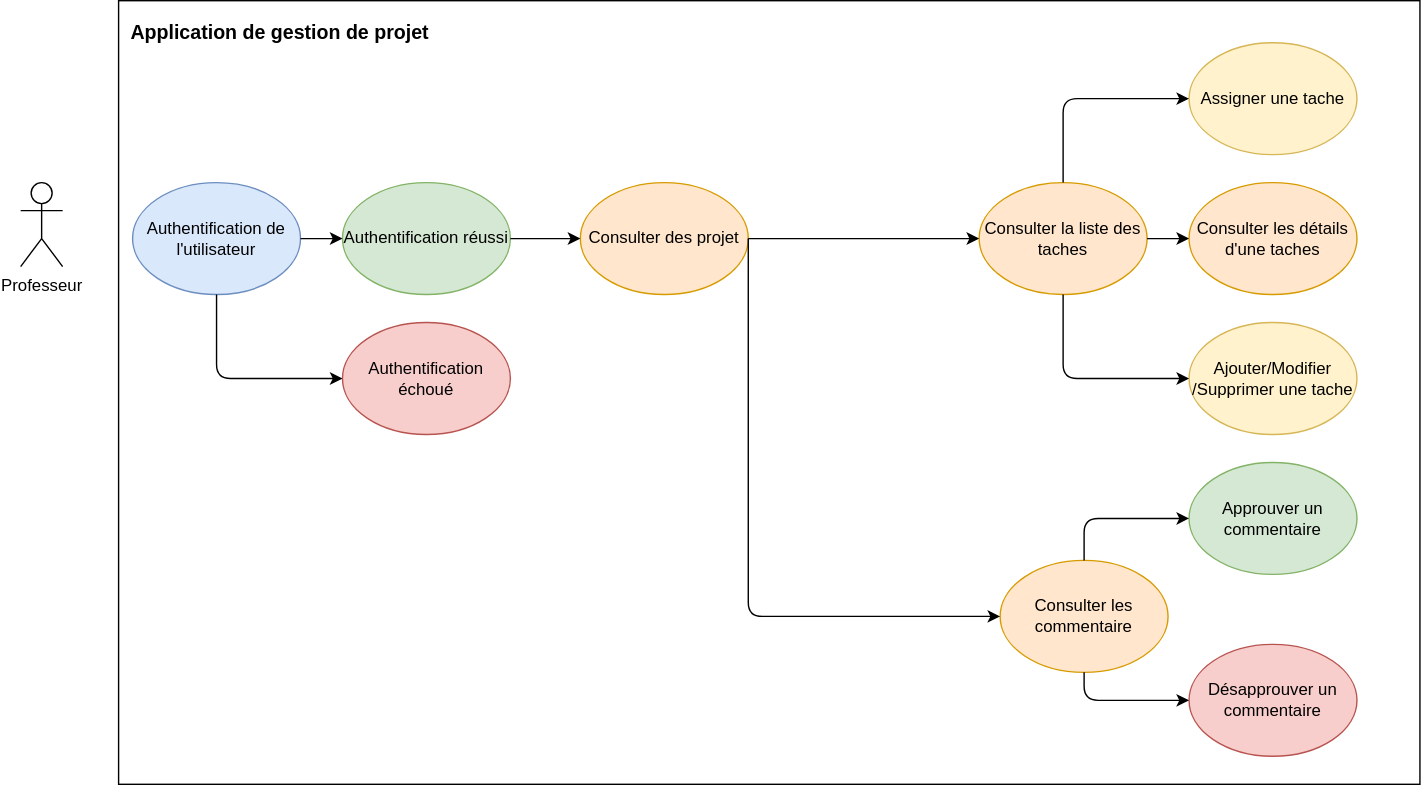
Before: DCU/DCU_Professeur.svg, a diagram exported from draw.io (EducaOps/EducaOps). Source tidied: cells renumbered, new cells last; positions are measured from the earlier drawing's top-left corner, leaving out a move shared by most shapes. Its diagram source:
```xml
<mxGraphModel background="#ffffff">
  <root>
    <mxCell id="0" />
    <mxCell id="1" parent="0" />
    <mxCell id="2" value="Professeur" style="shape=umlActor;verticalLabelPosition=bottom;verticalAlign=top;html=1;" parent="1" vertex="1">
      <mxGeometry y="130" width="30" height="60" as="geometry" />
    </mxCell>
    <mxCell id="3" style="rounded=0;whiteSpace=wrap;html=1;align=left;" parent="1" vertex="1">
      <mxGeometry x="70" width="930" height="560" as="geometry" />
    </mxCell>
    <mxCell id="4" value="Consulter des projet" style="ellipse;whiteSpace=wrap;html=1;fillColor=#ffe6cc;strokeColor=#d79b00;" parent="1" vertex="1">
      <mxGeometry x="400" y="130" width="120" height="80" as="geometry" />
    </mxCell>
    <mxCell id="5" value="&lt;font style=&quot;font-size: 14px&quot;&gt;Application de gestion de projet&lt;/font&gt;" style="text;strokeColor=none;fillColor=none;html=1;fontSize=24;fontStyle=1;verticalAlign=middle;align=center;" parent="1" vertex="1">
      <mxGeometry x="70" width="230" height="40" as="geometry" />
    </mxCell>
    <mxCell id="6" value="Consulter la liste des taches" style="ellipse;whiteSpace=wrap;html=1;fillColor=#ffe6cc;strokeColor=#d79b00;" parent="1" vertex="1">
      <mxGeometry x="685" y="130" width="120" height="80" as="geometry" />
    </mxCell>
    <mxCell id="7" value="Consulter les détails d'une taches" style="ellipse;whiteSpace=wrap;html=1;fillColor=#ffe6cc;strokeColor=#d79b00;" parent="1" vertex="1">
      <mxGeometry x="835" y="130" width="120" height="80" as="geometry" />
    </mxCell>
    <mxCell id="8" value="Ajouter/Modifier&lt;br&gt;/Supprimer une tache" style="ellipse;whiteSpace=wrap;html=1;fillColor=#fff2cc;strokeColor=#d6b656;" parent="1" vertex="1">
      <mxGeometry x="835" y="230" width="120" height="80" as="geometry" />
    </mxCell>
    <mxCell id="9" style="endArrow=classic;html=1;exitX=1;exitY=0.5;exitDx=0;exitDy=0;entryX=0;entryY=0.5;entryDx=0;entryDy=0;" parent="1" edge="1" source="4" target="6">
      <mxGeometry relative="1" as="geometry" />
    </mxCell>
    <mxCell id="10" style="endArrow=classic;html=1;exitX=1;exitY=0.5;exitDx=0;exitDy=0;" parent="1" edge="1" source="6" target="7">
      <mxGeometry relative="1" as="geometry" />
    </mxCell>
    <mxCell id="11" style="edgeStyle=elbowEdgeStyle;elbow=vertical;endArrow=classic;html=1;entryX=0;entryY=0.5;entryDx=0;entryDy=0;exitX=0.5;exitY=1;exitDx=0;exitDy=0;" parent="1" edge="1" source="6" target="8">
      <mxGeometry relative="1" as="geometry">
        <Array as="points">
          <mxPoint x="740" y="270" />
          <mxPoint x="660" y="270" />
        </Array>
      </mxGeometry>
    </mxCell>
    <mxCell id="12" value="Authentification de l'utilisateur" style="ellipse;whiteSpace=wrap;html=1;fillColor=#dae8fc;strokeColor=#6c8ebf;" parent="1" vertex="1">
      <mxGeometry x="80" y="130" width="120" height="80" as="geometry" />
    </mxCell>
    <mxCell id="13" value="Authentification réussi" style="ellipse;whiteSpace=wrap;html=1;fillColor=#d5e8d4;strokeColor=#82b366;" parent="1" vertex="1">
      <mxGeometry x="230" y="130" width="120" height="80" as="geometry" />
    </mxCell>
    <mxCell id="14" style="endArrow=classic;html=1;exitX=1;exitY=0.5;exitDx=0;exitDy=0;entryX=0;entryY=0.5;entryDx=0;entryDy=0;" parent="1" edge="1" source="12" target="13">
      <mxGeometry relative="1" as="geometry" />
    </mxCell>
    <mxCell id="15" style="endArrow=classic;html=1;exitX=1;exitY=0.5;exitDx=0;exitDy=0;entryX=0;entryY=0.5;entryDx=0;entryDy=0;" parent="1" edge="1" source="13" target="4">
      <mxGeometry relative="1" as="geometry" />
    </mxCell>
    <mxCell id="16" value="Authentification échoué" style="ellipse;whiteSpace=wrap;html=1;fillColor=#f8cecc;strokeColor=#b85450;" parent="1" vertex="1">
      <mxGeometry x="230" y="230" width="120" height="80" as="geometry" />
    </mxCell>
    <mxCell id="17" style="edgeStyle=elbowEdgeStyle;elbow=vertical;endArrow=classic;html=1;entryX=0;entryY=0.5;entryDx=0;entryDy=0;exitX=0.5;exitY=1;exitDx=0;exitDy=0;" parent="1" edge="1" source="12" target="16">
      <mxGeometry relative="1" as="geometry">
        <Array as="points">
          <mxPoint x="180" y="270" />
        </Array>
      </mxGeometry>
    </mxCell>
    <mxCell id="18" value="Assigner une tache" style="ellipse;whiteSpace=wrap;html=1;fillColor=#fff2cc;strokeColor=#d6b656;" parent="1" vertex="1">
      <mxGeometry x="835" y="30" width="120" height="80" as="geometry" />
    </mxCell>
    <mxCell id="19" style="edgeStyle=elbowEdgeStyle;elbow=vertical;endArrow=classic;html=1;entryX=0;entryY=0.5;entryDx=0;entryDy=0;exitX=0.5;exitY=0;exitDx=0;exitDy=0;" parent="1" edge="1" source="6" target="18">
      <mxGeometry relative="1" as="geometry">
        <Array as="points">
          <mxPoint x="745" y="70" />
          <mxPoint x="680" y="90" />
        </Array>
      </mxGeometry>
    </mxCell>
    <mxCell id="20" value="Consulter les commentaire" style="ellipse;whiteSpace=wrap;html=1;fillColor=#ffe6cc;strokeColor=#d79b00;" parent="1" vertex="1">
      <mxGeometry x="700" y="400" width="120" height="80" as="geometry" />
    </mxCell>
    <mxCell id="21" value="Approuver un commentaire" style="ellipse;whiteSpace=wrap;html=1;fillColor=#d5e8d4;strokeColor=#82b366;" parent="1" vertex="1">
      <mxGeometry x="835" y="330" width="120" height="80" as="geometry" />
    </mxCell>
    <mxCell id="22" value="Désapprouver un commentaire" style="ellipse;whiteSpace=wrap;html=1;fillColor=#f8cecc;strokeColor=#b85450;" parent="1" vertex="1">
      <mxGeometry x="835" y="460" width="120" height="80" as="geometry" />
    </mxCell>
    <mxCell id="23" style="edgeStyle=elbowEdgeStyle;elbow=vertical;endArrow=classic;html=1;entryX=0;entryY=0.5;entryDx=0;entryDy=0;exitX=1;exitY=0.5;exitDx=0;exitDy=0;" parent="1" edge="1" source="4" target="20">
      <mxGeometry relative="1" as="geometry">
        <Array as="points">
          <mxPoint x="600" y="440" />
          <mxPoint x="440" y="400" />
          <mxPoint x="355" y="290" />
        </Array>
      </mxGeometry>
    </mxCell>
    <mxCell id="24" style="edgeStyle=elbowEdgeStyle;elbow=vertical;endArrow=classic;html=1;entryX=0;entryY=0.5;entryDx=0;entryDy=0;exitX=0.5;exitY=1;exitDx=0;exitDy=0;" parent="1" edge="1" source="20" target="22">
      <mxGeometry relative="1" as="geometry">
        <Array as="points">
          <mxPoint x="770" y="500" />
        </Array>
      </mxGeometry>
    </mxCell>
    <mxCell id="25" style="edgeStyle=elbowEdgeStyle;elbow=vertical;endArrow=classic;html=1;entryX=0;entryY=0.5;entryDx=0;entryDy=0;exitX=0.5;exitY=0;exitDx=0;exitDy=0;" parent="1" edge="1" source="20" target="21">
      <mxGeometry relative="1" as="geometry">
        <Array as="points">
          <mxPoint x="740" y="370" />
        </Array>
      </mxGeometry>
    </mxCell>
  </root>
</mxGraphModel>
```
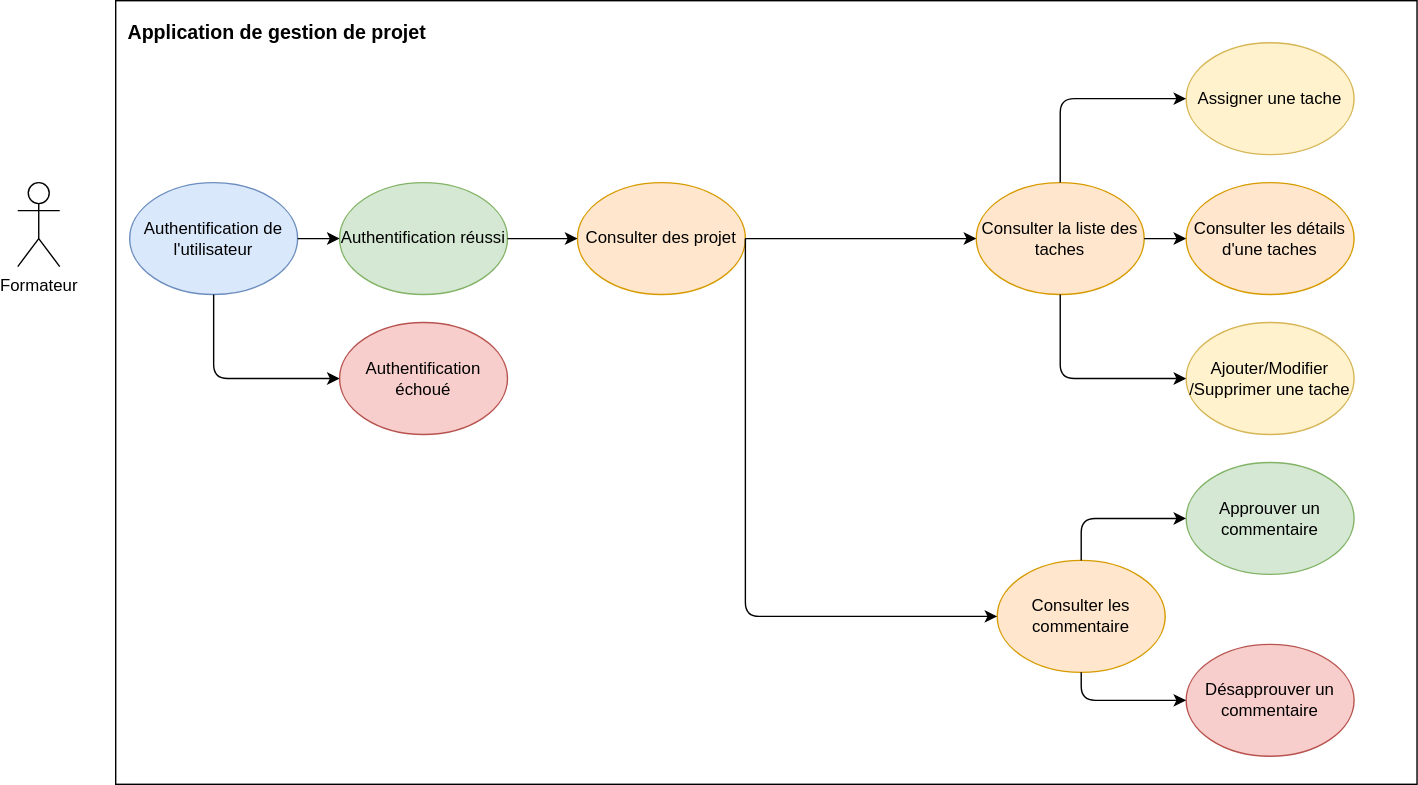
Later version of the same file.

Change to the diagram source:
```diff
@@ -2,7 +2,7 @@
   <root>
     <mxCell id="0" />
     <mxCell id="1" parent="0" />
-    <mxCell id="2" value="Professeur" style="shape=umlActor;verticalLabelPosition=bottom;verticalAlign=top;html=1;" parent="1" vertex="1">
+    <mxCell id="2" value="Formateur" style="shape=umlActor;verticalLabelPosition=bottom;verticalAlign=top;html=1;" parent="1" vertex="1">
       <mxGeometry y="130" width="30" height="60" as="geometry" />
     </mxCell>
     <mxCell id="3" style="rounded=0;whiteSpace=wrap;html=1;align=left;" parent="1" vertex="1">
```
